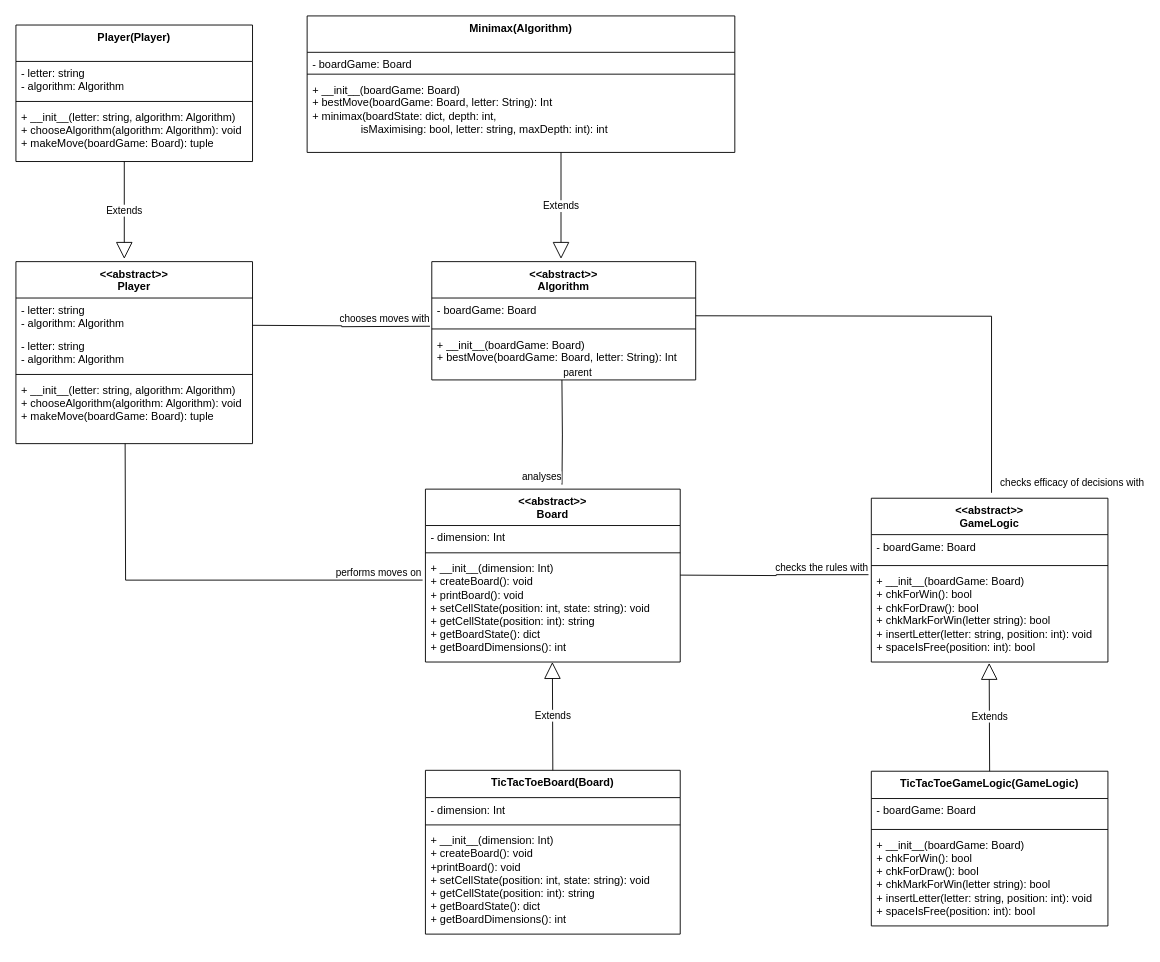
The draw.io diagram module 2/module-two-uml.drawio in bennyp85/sit320-advanced-algorithms, before the edit. Source tidied: cells renumbered, new cells numbered last; positions are measured from the earlier drawing's top-left corner, leaving out a move shared by most shapes. Both pictures are drawn from the tidied source at 91%, with x=0, y=0 at pixel (15, 15).
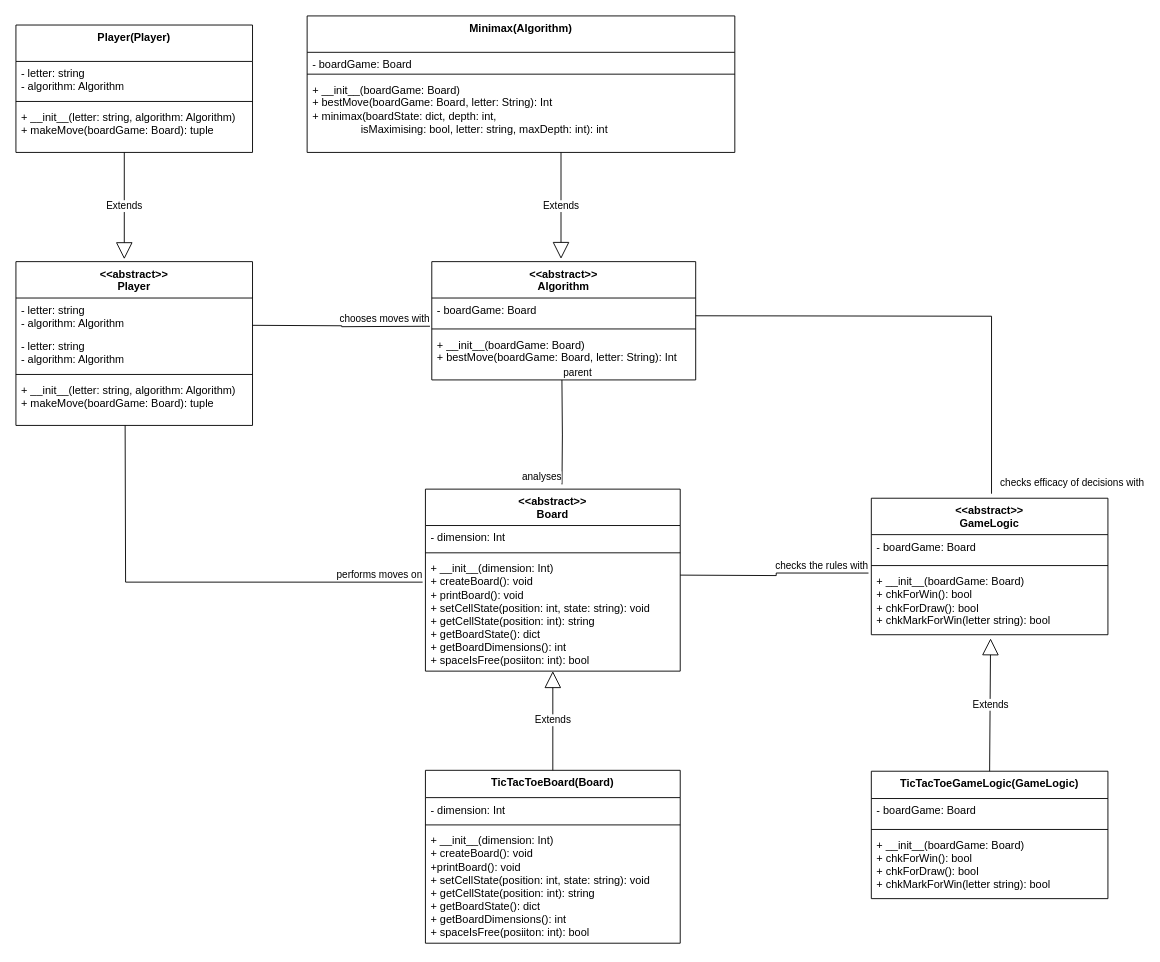
Above is the later version.

Commit message (it also covers changes not shown here):
update uml diagram with correct methods

Change to the diagram source:
```diff
@@
     <mxCell id="6" value="&amp;lt;&amp;lt;abstract&amp;gt;&amp;gt;&lt;br&gt;Board&lt;br&gt;" style="swimlane;fontStyle=1;align=center;verticalAlign=top;horizontal=1;startSize=40;whiteSpace=wrap;html=1;" parent="1" vertex="1">
-      <mxGeometry x="450" y="520" width="280" height="190" as="geometry" />
+      <mxGeometry x="450" y="520" width="280" height="200" as="geometry" />
     </mxCell>
@@
-    <mxCell id="9" value="+ __init__(dimension: Int)&lt;br&gt;+ createBoard(): void&lt;br&gt;+ printBoard(): void&lt;br&gt;+ setCellState(position: int, state: string): void&lt;br&gt;+ getCellState(position: int): string&lt;br&gt;+ getBoardState(): dict&lt;br&gt;+ getBoardDimensions(): int" style="text;strokeColor=none;fillColor=none;align=left;verticalAlign=top;spacingLeft=4;spacingRight=4;overflow=hidden;points=[[0,0.5],[1,0.5]];portConstraint=eastwest;whiteSpace=wrap;html=1;" parent="6" vertex="1">
-      <mxGeometry y="74" width="280" height="116" as="geometry" />
+    <mxCell id="9" value="+ __init__(dimension: Int)&lt;br&gt;+ createBoard(): void&lt;br&gt;+ printBoard(): void&lt;br&gt;+ setCellState(position: int, state: string): void&lt;br&gt;+ getCellState(position: int): string&lt;br&gt;+ getBoardState(): dict&lt;br&gt;+ getBoardDimensions(): int&lt;br&gt;+ spaceIsFree(posiiton: int): bool" style="text;strokeColor=none;fillColor=none;align=left;verticalAlign=top;spacingLeft=4;spacingRight=4;overflow=hidden;points=[[0,0.5],[1,0.5]];portConstraint=eastwest;whiteSpace=wrap;html=1;" parent="6" vertex="1">
+      <mxGeometry y="74" width="280" height="126" as="geometry" />
     </mxCell>
     <mxCell id="10" value="&amp;lt;&amp;lt;abstract&amp;gt;&amp;gt;&lt;br&gt;GameLogic" style="swimlane;fontStyle=1;align=center;verticalAlign=top;horizontal=1;startSize=40;whiteSpace=wrap;html=1;" parent="1" vertex="1">
-      <mxGeometry x="940" y="530" width="260" height="180" as="geometry" />
+      <mxGeometry x="940" y="530" width="260" height="150" as="geometry" />
     </mxCell>
@@
-    <mxCell id="13" value="+ __init__(boardGame: Board)&lt;br&gt;+ chkForWin(): bool&lt;br&gt;+ chkForDraw(): bool&lt;br&gt;+ chkMarkForWin(letter string): bool&lt;br&gt;+ insertLetter(letter: string, position: int): void&lt;br&gt;+ spaceIsFree(position: int): bool" style="text;strokeColor=none;fillColor=none;align=left;verticalAlign=top;spacingLeft=4;spacingRight=4;overflow=hidden;points=[[0,0.5],[1,0.5]];portConstraint=eastwest;whiteSpace=wrap;html=1;" parent="10" vertex="1">
-      <mxGeometry y="78" width="260" height="102" as="geometry" />
+    <mxCell id="13" value="+ __init__(boardGame: Board)&lt;br&gt;+ chkForWin(): bool&lt;br&gt;+ chkForDraw(): bool&lt;br&gt;+ chkMarkForWin(letter string): bool" style="text;strokeColor=none;fillColor=none;align=left;verticalAlign=top;spacingLeft=4;spacingRight=4;overflow=hidden;points=[[0,0.5],[1,0.5]];portConstraint=eastwest;whiteSpace=wrap;html=1;" parent="10" vertex="1">
+      <mxGeometry y="78" width="260" height="72" as="geometry" />
     </mxCell>
     <mxCell id="14" value="&amp;lt;&amp;lt;abstract&amp;gt;&amp;gt;&lt;br&gt;Player" style="swimlane;fontStyle=1;align=center;verticalAlign=top;horizontal=1;startSize=40;whiteSpace=wrap;html=1;" parent="1" vertex="1">
-      <mxGeometry y="270" width="260" height="200" as="geometry" />
+      <mxGeometry y="270" width="260" height="180" as="geometry" />
     </mxCell>
@@
-    <mxCell id="18" value="+ __init__(letter: string, algorithm: Algorithm)&lt;br&gt;+ chooseAlgorithm(algorithm: Algorithm): void&lt;br&gt;+ makeMove(boardGame: Board): tuple" style="text;strokeColor=none;fillColor=none;align=left;verticalAlign=top;spacingLeft=4;spacingRight=4;overflow=hidden;whiteSpace=wrap;html=1;" parent="14" vertex="1">
-      <mxGeometry y="128" width="260" height="72" as="geometry" />
+    <mxCell id="18" value="+ __init__(letter: string, algorithm: Algorithm)&lt;br&gt;+ makeMove(boardGame: Board): tuple" style="text;strokeColor=none;fillColor=none;align=left;verticalAlign=top;spacingLeft=4;spacingRight=4;overflow=hidden;whiteSpace=wrap;html=1;" parent="14" vertex="1">
+      <mxGeometry y="128" width="260" height="52" as="geometry" />
     </mxCell>
@@
     <mxCell id="23" value="TicTacToeGameLogic(GameLogic)" style="swimlane;fontStyle=1;align=center;verticalAlign=top;horizontal=1;startSize=30;whiteSpace=wrap;html=1;" parent="1" vertex="1">
-      <mxGeometry x="940" y="830" width="260" height="170" as="geometry" />
+      <mxGeometry x="940" y="830" width="260" height="140" as="geometry" />
     </mxCell>
@@
-    <mxCell id="26" value="+ __init__(boardGame: Board)&lt;br&gt;+ chkForWin(): bool&lt;br&gt;+ chkForDraw(): bool&lt;br&gt;+ chkMarkForWin(letter string): bool&lt;br&gt;+ insertLetter(letter: string, position: int): void&lt;br&gt;+ spaceIsFree(position: int): bool" style="text;strokeColor=none;fillColor=none;align=left;verticalAlign=top;spacingLeft=4;spacingRight=4;overflow=hidden;whiteSpace=wrap;html=1;" parent="23" vertex="1">
-      <mxGeometry y="68" width="260" height="102" as="geometry" />
+    <mxCell id="26" value="+ __init__(boardGame: Board)&lt;br&gt;+ chkForWin(): bool&lt;br&gt;+ chkForDraw(): bool&lt;br&gt;+ chkMarkForWin(letter string): bool" style="text;strokeColor=none;fillColor=none;align=left;verticalAlign=top;spacingLeft=4;spacingRight=4;overflow=hidden;whiteSpace=wrap;html=1;" parent="23" vertex="1">
+      <mxGeometry y="68" width="260" height="72" as="geometry" />
     </mxCell>
     <mxCell id="27" value="TicTacToeBoard(Board)" style="swimlane;fontStyle=1;align=center;verticalAlign=top;horizontal=1;startSize=30;whiteSpace=wrap;html=1;" parent="1" vertex="1">
-      <mxGeometry x="450" y="829" width="280" height="180" as="geometry" />
+      <mxGeometry x="450" y="829" width="280" height="190" as="geometry" />
     </mxCell>
@@
-    <mxCell id="30" value="+ __init__(dimension: Int)&lt;br&gt;+ createBoard(): void&lt;br&gt;+printBoard(): void&lt;br&gt;+ setCellState(position: int, state: string): void&lt;br&gt;+ getCellState(position: int): string&lt;br&gt;+ getBoardState(): dict&lt;br&gt;+ getBoardDimensions(): int" style="text;strokeColor=none;fillColor=none;align=left;verticalAlign=top;spacingLeft=4;spacingRight=4;overflow=hidden;whiteSpace=wrap;html=1;" parent="27" vertex="1">
-      <mxGeometry y="64" width="280" height="116" as="geometry" />
+    <mxCell id="30" value="+ __init__(dimension: Int)&lt;br&gt;+ createBoard(): void&lt;br&gt;+printBoard(): void&lt;br&gt;+ setCellState(position: int, state: string): void&lt;br&gt;+ getCellState(position: int): string&lt;br&gt;+ getBoardState(): dict&lt;br&gt;+ getBoardDimensions(): int&lt;br&gt;+ spaceIsFree(posiiton: int): bool" style="text;strokeColor=none;fillColor=none;align=left;verticalAlign=top;spacingLeft=4;spacingRight=4;overflow=hidden;whiteSpace=wrap;html=1;" parent="27" vertex="1">
+      <mxGeometry y="64" width="280" height="126" as="geometry" />
     </mxCell>
     <mxCell id="31" value="Player(Player)" style="swimlane;fontStyle=1;align=center;verticalAlign=top;horizontal=1;startSize=40;whiteSpace=wrap;html=1;" parent="1" vertex="1">
-      <mxGeometry y="10" width="260" height="150" as="geometry" />
+      <mxGeometry y="10" width="260" height="140" as="geometry" />
     </mxCell>
@@
-    <mxCell id="34" value="+ __init__(letter: string, algorithm: Algorithm)&lt;br&gt;+ chooseAlgorithm(algorithm: Algorithm): void&lt;br&gt;+ makeMove(boardGame: Board): tuple" style="text;strokeColor=none;fillColor=none;align=left;verticalAlign=top;spacingLeft=4;spacingRight=4;overflow=hidden;points=[[0,0.5],[1,0.5]];portConstraint=eastwest;whiteSpace=wrap;html=1;" parent="31" vertex="1">
-      <mxGeometry y="88" width="260" height="62" as="geometry" />
+    <mxCell id="34" value="+ __init__(letter: string, algorithm: Algorithm)&lt;br&gt;+ makeMove(boardGame: Board): tuple" style="text;strokeColor=none;fillColor=none;align=left;verticalAlign=top;spacingLeft=4;spacingRight=4;overflow=hidden;points=[[0,0.5],[1,0.5]];portConstraint=eastwest;whiteSpace=wrap;html=1;" parent="31" vertex="1">
+      <mxGeometry y="88" width="260" height="52" as="geometry" />
     </mxCell>
@@
     <mxCell id="42" style="endArrow=none;html=1;edgeStyle=orthogonalEdgeStyle;rounded=0;entryX=-0.011;entryY=0.224;entryDx=0;entryDy=0;entryPerimeter=0;" parent="1" edge="1" target="9">
       <mxGeometry relative="1" as="geometry">
-        <mxPoint x="120" y="470" as="sourcePoint" />
+        <mxPoint x="120" y="450" as="sourcePoint" />
       </mxGeometry>
     </mxCell>
@@
     <mxCell id="48" value="Extends" style="endArrow=block;endSize=16;endFill=0;html=1;rounded=0;exitX=0.5;exitY=0;exitDx=0;exitDy=0;" parent="1" edge="1" source="27">
       <mxGeometry relative="1" as="geometry">
-        <mxPoint x="589.5" y="710" as="targetPoint" />
+        <mxPoint x="590" y="720" as="targetPoint" />
       </mxGeometry>
     </mxCell>
-    <mxCell id="49" value="Extends" style="endArrow=block;endSize=16;endFill=0;html=1;rounded=0;exitX=0.5;exitY=0;exitDx=0;exitDy=0;" parent="1" edge="1">
+    <mxCell id="49" value="Extends" style="endArrow=block;endSize=16;endFill=0;html=1;rounded=0;exitX=0.5;exitY=0;exitDx=0;exitDy=0;entryX=0.504;entryY=1.056;entryDx=0;entryDy=0;entryPerimeter=0;" parent="1" edge="1" target="13">
       <mxGeometry relative="1" as="geometry">
         <mxPoint x="1070" y="830" as="sourcePoint" />
-        <mxPoint x="1069.5" y="711" as="targetPoint" />
       </mxGeometry>
     </mxCell>
```
